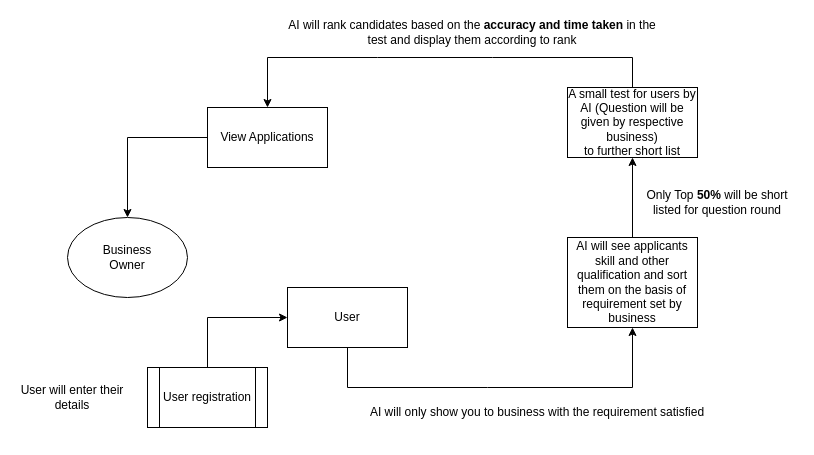
RockZoid2080/OnBoard keeps this draw.io diagram as Untitled Diagram.drawio. Above is the earlier version. Source tidied: cells renumbered, new cells numbered last; positions are measured from the earlier drawing's top-left corner, leaving out a move shared by most shapes. Both pictures are drawn from the tidied source at 100%, with x=0, y=0 at pixel (17, 17).
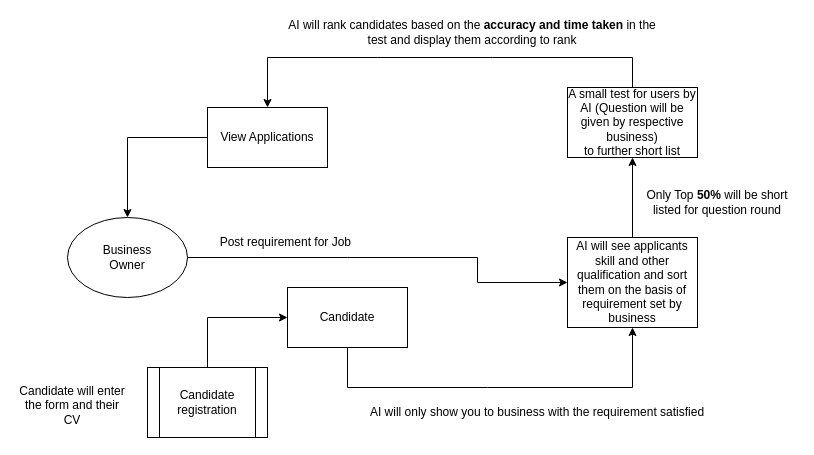
The same page after the edit.

Unchanged cells that the change refers to:
```xml
<mxCell id="3" value="Business&lt;div&gt;Owner&lt;/div&gt;" style="ellipse;whiteSpace=wrap;html=1;" parent="1" vertex="1">
  <mxGeometry x="50" y="200" width="120" height="80" as="geometry" />
</mxCell>
<mxCell id="6" value="AI will see applicants skill and other qualification and sort them on the basis of requirement set by business" style="rounded=0;whiteSpace=wrap;html=1;" parent="1" vertex="1">
  <mxGeometry x="550" y="220" width="130" height="90" as="geometry" />
</mxCell>
```

Diff of the diagram source:
```diff
@@
-    <mxCell id="7" value="User" style="rounded=0;whiteSpace=wrap;html=1;" parent="1" vertex="1">
+    <mxCell id="7" value="Candidate" style="rounded=0;whiteSpace=wrap;html=1;" parent="1" vertex="1">
       <mxGeometry x="270" y="270" width="120" height="60" as="geometry" />
     </mxCell>
-    <mxCell id="8" value="User registration" style="shape=process;whiteSpace=wrap;html=1;backgroundOutline=1;" parent="1" vertex="1">
-      <mxGeometry x="130" y="350" width="120" height="60" as="geometry" />
+    <mxCell id="8" value="Candidate&lt;div&gt;registration&lt;/div&gt;" style="shape=process;whiteSpace=wrap;html=1;backgroundOutline=1;" parent="1" vertex="1">
+      <mxGeometry x="130" y="350" width="120" height="70" as="geometry" />
     </mxCell>
@@
-    <mxCell id="16" value="User will enter their details" style="text;html=1;align=center;verticalAlign=middle;whiteSpace=wrap;rounded=0;" parent="1" vertex="1">
-      <mxGeometry y="365" width="110" height="30" as="geometry" />
+    <mxCell id="16" value="Candidate&amp;nbsp;will enter the form and their CV" style="text;html=1;align=center;verticalAlign=middle;whiteSpace=wrap;rounded=0;" parent="1" vertex="1">
+      <mxGeometry y="365" width="110" height="45" as="geometry" />
     </mxCell>
+    <mxCell id="17" style="endArrow=classic;html=1;rounded=0;exitX=1;exitY=0.5;exitDx=0;exitDy=0;entryX=0;entryY=0.5;entryDx=0;entryDy=0;" parent="1" edge="1" source="3" target="6">
+      <mxGeometry relative="1" as="geometry">
+        <Array as="points">
+          <mxPoint x="330" y="240" />
+          <mxPoint x="460" y="240" />
+          <mxPoint x="460" y="265" />
+        </Array>
+      </mxGeometry>
+    </mxCell>
+    <mxCell id="18" value="Post requirement for Job&amp;nbsp;" style="text;html=1;align=center;verticalAlign=middle;whiteSpace=wrap;rounded=0;" parent="1" vertex="1">
+      <mxGeometry x="165" y="210" width="210" height="30" as="geometry" />
+    </mxCell>
```
